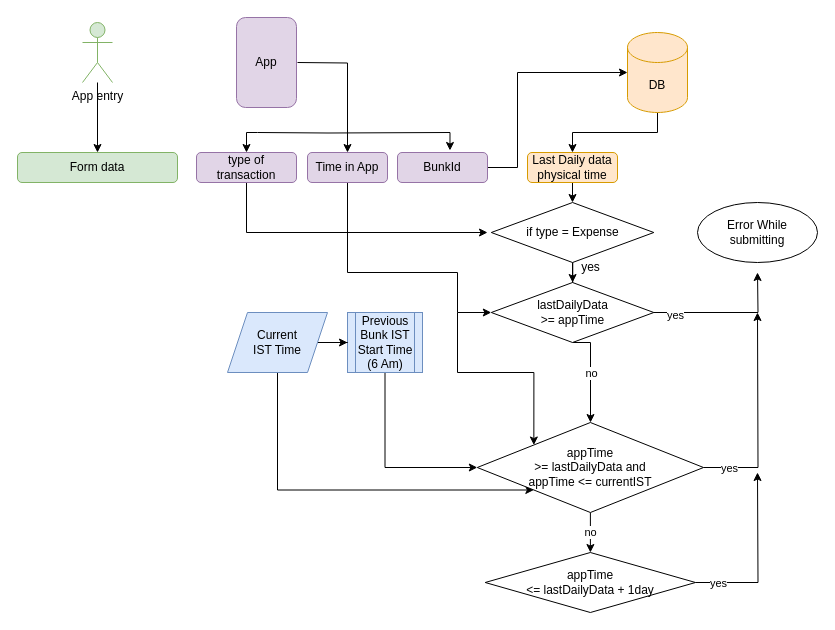
Above: page "Type = Expense" (1 of 2) of Creditor_Transactions.drawio in LakshEternl/GazoLogicMap (draw.io), before the change. Source tidied: cells renumbered, new cells numbered last; positions are measured from the earlier drawing's top-left corner, leaving out a move shared by most shapes. Both pictures are drawn from the tidied source at 100%, with x=0, y=0 at pixel (17, 17).
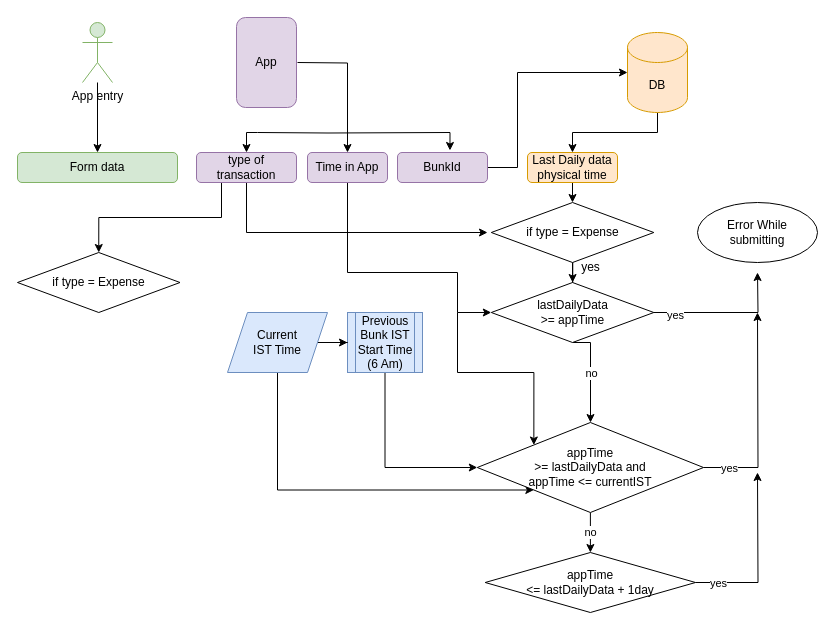
The same diagram, later.

The change refers to these unchanged cells:
```xml
<mxCell id="3" value="type of transaction" style="rounded=1;whiteSpace=wrap;html=1;fillColor=#e1d5e7;strokeColor=#9673a6;" parent="1" vertex="1">
  <mxGeometry x="179" y="135" width="100" height="30" as="geometry" />
</mxCell>
```

Change to the diagram source:
```diff
@@
+    <mxCell id="41" style="edgeStyle=orthogonalEdgeStyle;rounded=0;jettySize=auto;html=1;exitX=0.25;exitY=1;exitDx=0;exitDy=0;entryX=0.5;entryY=0;entryDx=0;entryDy=0;" parent="1" edge="1" source="3" target="42">
+      <mxGeometry relative="1" as="geometry" />
+    </mxCell>
@@
+    <mxCell id="42" value="if type = Expense" style="rhombus;whiteSpace=wrap;html=1;" parent="1" vertex="1">
+      <mxGeometry y="235" width="162.5" height="60" as="geometry" />
+    </mxCell>
```
